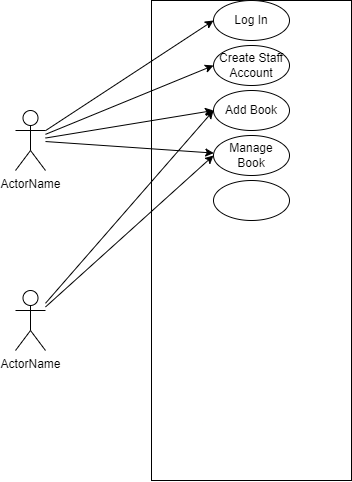
Jayrou12345/Flowchart keeps this draw.io diagram as use_case.drawio.png. Above is the earlier version. Source tidied: cells renumbered, new cells last; positions are measured from the earlier drawing's top-left corner, leaving out a move shared by most shapes.
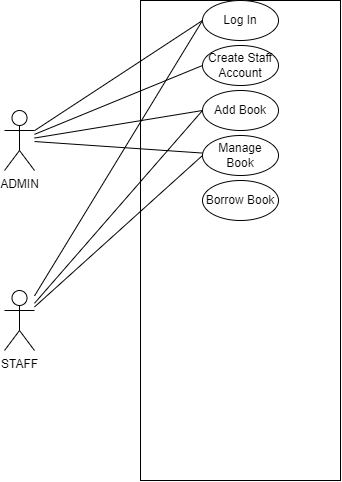
The same diagram one commit later.

Diff of the diagram source:
```diff
@@ -8,28 +8,31 @@
     <mxCell id="3" value="Log In" style="ellipse;whiteSpace=wrap;html=1;" parent="1" vertex="1">
       <mxGeometry x="198" width="76" height="40" as="geometry" />
     </mxCell>
-    <mxCell id="4" style="edgeStyle=none;rounded=0;jettySize=auto;html=1;entryX=0;entryY=0.5;entryDx=0;entryDy=0;" parent="1" edge="1" source="8" target="3">
+    <mxCell id="4" style="edgeStyle=none;rounded=0;jettySize=auto;html=1;entryX=0;entryY=0.5;entryDx=0;entryDy=0;endArrow=none;endFill=0;" parent="1" edge="1" source="8" target="3">
       <mxGeometry relative="1" as="geometry" />
     </mxCell>
-    <mxCell id="5" style="edgeStyle=none;rounded=0;jettySize=auto;html=1;entryX=0;entryY=0.5;entryDx=0;entryDy=0;" parent="1" edge="1" source="8" target="12">
+    <mxCell id="5" style="edgeStyle=none;rounded=0;jettySize=auto;html=1;entryX=0;entryY=0.5;entryDx=0;entryDy=0;endArrow=none;endFill=0;" parent="1" edge="1" source="8" target="12">
       <mxGeometry relative="1" as="geometry" />
     </mxCell>
-    <mxCell id="6" style="edgeStyle=none;rounded=0;jettySize=auto;html=1;entryX=0;entryY=0.5;entryDx=0;entryDy=0;" parent="1" edge="1" source="8" target="13">
+    <mxCell id="6" style="edgeStyle=none;rounded=0;jettySize=auto;html=1;entryX=0;entryY=0.5;entryDx=0;entryDy=0;endArrow=none;endFill=0;" parent="1" edge="1" source="8" target="13">
       <mxGeometry relative="1" as="geometry" />
     </mxCell>
-    <mxCell id="7" style="edgeStyle=none;rounded=0;jettySize=auto;html=1;" parent="1" edge="1" source="8" target="14">
+    <mxCell id="7" style="edgeStyle=none;rounded=0;jettySize=auto;html=1;endArrow=none;endFill=0;" parent="1" edge="1" source="8" target="14">
       <mxGeometry relative="1" as="geometry" />
     </mxCell>
-    <mxCell id="8" value="ActorName" style="shape=umlActor;html=1;verticalLabelPosition=bottom;verticalAlign=top;align=center;" parent="1" vertex="1">
+    <mxCell id="8" value="ADMIN" style="shape=umlActor;html=1;verticalLabelPosition=bottom;verticalAlign=top;align=center;" parent="1" vertex="1">
       <mxGeometry y="110" width="30" height="60" as="geometry" />
     </mxCell>
-    <mxCell id="9" style="edgeStyle=none;rounded=0;jettySize=auto;html=1;entryX=0;entryY=0.5;entryDx=0;entryDy=0;" parent="1" edge="1" source="11" target="13">
+    <mxCell id="9" style="edgeStyle=none;rounded=0;jettySize=auto;html=1;entryX=0;entryY=0.5;entryDx=0;entryDy=0;endArrow=none;endFill=0;" parent="1" edge="1" source="11" target="13">
       <mxGeometry relative="1" as="geometry" />
     </mxCell>
-    <mxCell id="10" style="edgeStyle=none;rounded=0;jettySize=auto;html=1;entryX=0;entryY=0.5;entryDx=0;entryDy=0;" parent="1" edge="1" source="11" target="14">
+    <mxCell id="10" style="edgeStyle=none;rounded=0;jettySize=auto;html=1;entryX=0;entryY=0.5;entryDx=0;entryDy=0;endArrow=none;endFill=0;" parent="1" edge="1" source="11" target="14">
       <mxGeometry relative="1" as="geometry" />
     </mxCell>
+    <mxCell id="16" style="edgeStyle=none;rounded=0;jettySize=auto;html=1;entryX=0;entryY=0.5;entryDx=0;entryDy=0;endArrow=none;endFill=0;" parent="1" edge="1" source="11" target="3">
+      <mxGeometry relative="1" as="geometry" />
+    </mxCell>
-    <mxCell id="11" value="ActorName" style="shape=umlActor;html=1;verticalLabelPosition=bottom;verticalAlign=top;align=center;" parent="1" vertex="1">
+    <mxCell id="11" value="STAFF" style="shape=umlActor;html=1;verticalLabelPosition=bottom;verticalAlign=top;align=center;" parent="1" vertex="1">
       <mxGeometry y="290" width="30" height="60" as="geometry" />
     </mxCell>
     <mxCell id="12" value="Create Staff Account" style="ellipse;whiteSpace=wrap;html=1;" parent="1" vertex="1">
@@ -41,8 +44,8 @@
     <mxCell id="14" value="Manage Book" style="ellipse;whiteSpace=wrap;html=1;" parent="1" vertex="1">
       <mxGeometry x="198" y="135" width="76" height="40" as="geometry" />
     </mxCell>
-    <mxCell id="15" style="ellipse;whiteSpace=wrap;html=1;" parent="1" vertex="1">
-      <mxGeometry x="198" y="180" width="76" height="40" as="geometry" />
-    </mxCell>
+    <mxCell id="17" value="Borrow Book" style="ellipse;whiteSpace=wrap;html=1;" parent="1" vertex="1">
+      <mxGeometry x="198" y="180" width="76" height="40" as="geometry" />
+    </mxCell>
   </root>
 </mxGraphModel>
```
